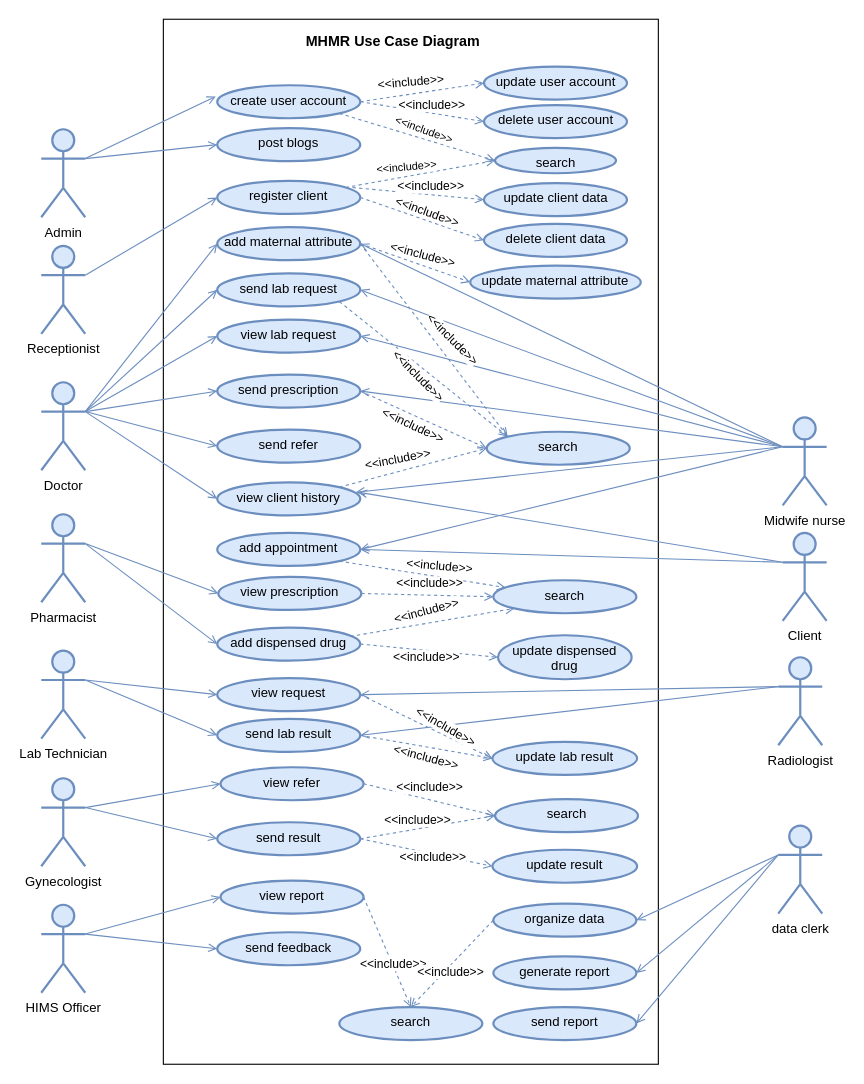
This is Usecase Diagram.drawio from fasil712/UML_Diagram_Design, a draw.io file, before an edit. Source tidied: cells renumbered, new cells numbered last; positions are measured from the earlier drawing's top-left corner, leaving out a move shared by most shapes. Both pictures are drawn from the tidied source at 110%, with x=0, y=0 at pixel (41, 19).
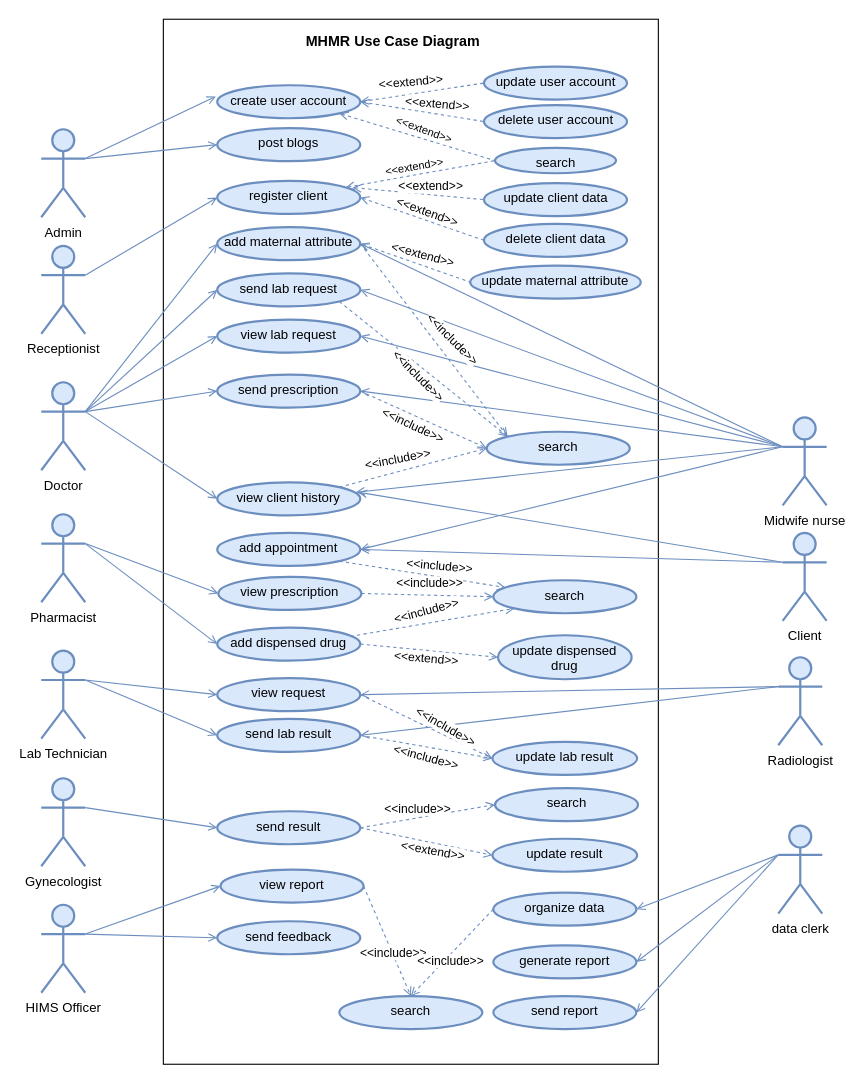
After the change.

Unchanged cells that the change refers to:
```xml
<mxCell id="5" value="update user account" style="ellipse;whiteSpace=wrap;html=1;verticalAlign=top;strokeWidth=2;fillColor=#dae8fc;strokeColor=#6c8ebf;" parent="1" vertex="1">
  <mxGeometry x="402.5" y="43" width="130" height="30" as="geometry" />
</mxCell>
<mxCell id="6" value="delete user account" style="ellipse;whiteSpace=wrap;html=1;verticalAlign=top;strokeWidth=2;fillColor=#dae8fc;strokeColor=#6c8ebf;" parent="1" vertex="1">
  <mxGeometry x="402.5" y="78" width="130" height="30" as="geometry" />
</mxCell>
<mxCell id="15" value="update client data" style="ellipse;whiteSpace=wrap;html=1;verticalAlign=top;strokeWidth=2;fillColor=#dae8fc;strokeColor=#6c8ebf;" parent="1" vertex="1">
  <mxGeometry x="402.5" y="149" width="130" height="30" as="geometry" />
</mxCell>
<mxCell id="16" value="delete client data" style="ellipse;whiteSpace=wrap;html=1;verticalAlign=top;strokeWidth=2;fillColor=#dae8fc;strokeColor=#6c8ebf;" parent="1" vertex="1">
  <mxGeometry x="402.5" y="186" width="130" height="30" as="geometry" />
</mxCell>
<mxCell id="21" value="Doctor" style="shape=umlActor;verticalLabelPosition=bottom;verticalAlign=top;html=1;outlineConnect=0;strokeWidth=2;fillColor=#dae8fc;strokeColor=#6c8ebf;" parent="1" vertex="1">
  <mxGeometry y="330" width="40" height="80" as="geometry" />
</mxCell>
<mxCell id="23" value="update maternal attribute" style="ellipse;whiteSpace=wrap;html=1;verticalAlign=top;strokeWidth=2;fillColor=#dae8fc;strokeColor=#6c8ebf;" parent="1" vertex="1">
  <mxGeometry x="390" y="224" width="155" height="30" as="geometry" />
</mxCell>
<mxCell id="43" style="rounded=0;jettySize=auto;html=1;endArrow=open;endFill=0;strokeWidth=1;fillColor=#dae8fc;strokeColor=#6c8ebf;exitX=1;exitY=0.5;exitDx=0;exitDy=0;dashed=1;entryX=0;entryY=0.5;entryDx=0;entryDy=0;" parent="1" edge="1" source="82" target="42">
  <mxGeometry relative="1" as="geometry" />
</mxCell>
<mxCell id="61" value="Gynecologist " style="shape=umlActor;verticalLabelPosition=bottom;verticalAlign=top;html=1;outlineConnect=0;strokeWidth=2;fillColor=#dae8fc;strokeColor=#6c8ebf;" parent="1" vertex="1">
  <mxGeometry y="690" width="40" height="80" as="geometry" />
</mxCell>
<mxCell id="63" style="rounded=0;jettySize=auto;html=1;endArrow=open;endFill=0;strokeWidth=1;fillColor=#dae8fc;strokeColor=#6c8ebf;exitX=1;exitY=0.5;exitDx=0;exitDy=0;dashed=1;entryX=0;entryY=0.5;entryDx=0;entryDy=0;" parent="1" edge="1" source="86" target="62">
  <mxGeometry relative="1" as="geometry" />
</mxCell>
<mxCell id="71" value="create user account" style="ellipse;whiteSpace=wrap;html=1;verticalAlign=top;strokeWidth=2;fillColor=#dae8fc;strokeColor=#6c8ebf;" parent="1" vertex="1">
  <mxGeometry x="160" y="60" width="130" height="30" as="geometry" />
</mxCell>
<mxCell id="73" value="register client" style="ellipse;whiteSpace=wrap;html=1;verticalAlign=top;strokeWidth=2;fillColor=#dae8fc;strokeColor=#6c8ebf;" parent="1" vertex="1">
  <mxGeometry x="160" y="147" width="130" height="30" as="geometry" />
</mxCell>
<mxCell id="74" value="add maternal attribute" style="ellipse;whiteSpace=wrap;html=1;verticalAlign=top;strokeWidth=2;fillColor=#dae8fc;strokeColor=#6c8ebf;" parent="1" vertex="1">
  <mxGeometry x="160" y="189" width="130" height="30" as="geometry" />
</mxCell>
<mxCell id="94" value="&lt;div&gt;search&lt;/div&gt;" style="ellipse;whiteSpace=wrap;html=1;verticalAlign=top;strokeWidth=2;fillColor=#dae8fc;strokeColor=#6c8ebf;" parent="1" vertex="1">
  <mxGeometry x="412.5" y="117" width="110" height="23" as="geometry" />
</mxCell>
```

The edit, as a diff of the source:
```diff
@@
-    <mxCell id="7" style="rounded=0;jettySize=auto;html=1;endArrow=open;endFill=0;strokeWidth=1;fillColor=#dae8fc;strokeColor=#6c8ebf;exitX=1;exitY=0.5;exitDx=0;exitDy=0;dashed=1;entryX=0;entryY=0.5;entryDx=0;entryDy=0;" parent="1" edge="1" source="71" target="6">
+    <mxCell id="7" style="rounded=0;jettySize=auto;html=1;endArrow=none;endFill=0;strokeWidth=1;fillColor=#dae8fc;strokeColor=#6c8ebf;exitX=1;exitY=0.5;exitDx=0;exitDy=0;dashed=1;entryX=0;entryY=0.5;entryDx=0;entryDy=0;startArrow=open;startFill=0;" parent="1" edge="1" source="71" target="6">
       <mxGeometry relative="1" as="geometry" />
     </mxCell>
-    <mxCell id="8" style="rounded=0;jettySize=auto;html=1;endArrow=open;endFill=0;strokeWidth=1;fillColor=#dae8fc;strokeColor=#6c8ebf;exitX=1;exitY=0.5;exitDx=0;exitDy=0;dashed=1;entryX=0;entryY=0.5;entryDx=0;entryDy=0;" parent="1" edge="1" source="71" target="5">
+    <mxCell id="8" style="rounded=0;jettySize=auto;html=1;endArrow=none;endFill=0;strokeWidth=1;fillColor=#dae8fc;strokeColor=#6c8ebf;exitX=1;exitY=0.5;exitDx=0;exitDy=0;dashed=1;entryX=0;entryY=0.5;entryDx=0;entryDy=0;startArrow=open;startFill=0;" parent="1" edge="1" source="71" target="5">
       <mxGeometry relative="1" as="geometry" />
     </mxCell>
-    <mxCell id="9" value="&amp;lt;&amp;lt;include&amp;gt;&amp;gt;" style="edgeLabel;html=1;align=center;verticalAlign=middle;rotation=-5;" parent="8" vertex="1">
+    <mxCell id="9" value="&amp;lt;&amp;lt;extend&amp;gt;&amp;gt;" style="edgeLabel;html=1;align=center;verticalAlign=middle;rotation=-5;" parent="8" vertex="1">
       <mxGeometry x="-0.24" y="-1" relative="1" as="geometry">
         <mxPoint x="3" y="-13" as="offset" />
       </mxGeometry>
     </mxCell>
-    <mxCell id="10" value="&amp;lt;&amp;lt;include&amp;gt;&amp;gt;" style="edgeLabel;html=1;align=center;verticalAlign=middle;rotation=0;" parent="1" vertex="1">
-      <mxGeometry x="354" y="77.4" as="geometry" />
+    <mxCell id="10" value="&amp;lt;&amp;lt;extend&amp;gt;&amp;gt;" style="edgeLabel;html=1;align=center;verticalAlign=middle;rotation=5;" parent="1" vertex="1">
+      <mxGeometry x="360" y="76.4" as="geometry" />
     </mxCell>
@@
-    <mxCell id="17" style="rounded=0;jettySize=auto;html=1;endArrow=open;endFill=0;strokeWidth=1;fillColor=#dae8fc;strokeColor=#6c8ebf;exitX=1;exitY=0.5;exitDx=0;exitDy=0;dashed=1;entryX=0;entryY=0.5;entryDx=0;entryDy=0;" parent="1" edge="1" source="73" target="16">
+    <mxCell id="17" style="rounded=0;jettySize=auto;html=1;endArrow=none;endFill=0;strokeWidth=1;fillColor=#dae8fc;strokeColor=#6c8ebf;exitX=1;exitY=0.5;exitDx=0;exitDy=0;dashed=1;entryX=0;entryY=0.5;entryDx=0;entryDy=0;startArrow=open;startFill=0;" parent="1" edge="1" source="73" target="16">
       <mxGeometry relative="1" as="geometry" />
     </mxCell>
-    <mxCell id="18" style="rounded=0;jettySize=auto;html=1;endArrow=open;endFill=0;strokeWidth=1;fillColor=#dae8fc;strokeColor=#6c8ebf;exitX=0.946;exitY=0.2;exitDx=0;exitDy=0;dashed=1;entryX=0;entryY=0.5;entryDx=0;entryDy=0;exitPerimeter=0;" parent="1" edge="1" source="73" target="15">
+    <mxCell id="18" style="rounded=0;jettySize=auto;html=1;endArrow=none;endFill=0;strokeWidth=1;fillColor=#dae8fc;strokeColor=#6c8ebf;exitX=0.946;exitY=0.2;exitDx=0;exitDy=0;dashed=1;entryX=0;entryY=0.5;entryDx=0;entryDy=0;exitPerimeter=0;startArrow=open;startFill=0;" parent="1" edge="1" source="73" target="15">
       <mxGeometry relative="1" as="geometry" />
     </mxCell>
-    <mxCell id="19" value="&amp;lt;&amp;lt;include&amp;gt;&amp;gt;" style="edgeLabel;html=1;align=center;verticalAlign=middle;" parent="18" vertex="1">
+    <mxCell id="19" value="&amp;lt;&amp;lt;extend&amp;gt;&amp;gt;" style="edgeLabel;html=1;align=center;verticalAlign=middle;" parent="18" vertex="1">
       <mxGeometry x="-0.24" y="-1" relative="1" as="geometry">
         <mxPoint x="25" y="-7" as="offset" />
       </mxGeometry>
     </mxCell>
@@
-    <mxCell id="24" style="rounded=0;jettySize=auto;html=1;endArrow=open;endFill=0;strokeWidth=1;fillColor=#dae8fc;strokeColor=#6c8ebf;exitX=1;exitY=0.5;exitDx=0;exitDy=0;dashed=1;entryX=0;entryY=0.5;entryDx=0;entryDy=0;" parent="1" edge="1" source="74" target="23">
+    <mxCell id="24" style="rounded=0;jettySize=auto;html=1;endArrow=none;endFill=0;strokeWidth=1;fillColor=#dae8fc;strokeColor=#6c8ebf;exitX=1;exitY=0.5;exitDx=0;exitDy=0;dashed=1;entryX=0;entryY=0.5;entryDx=0;entryDy=0;startArrow=open;startFill=0;" parent="1" edge="1" source="74" target="23">
       <mxGeometry relative="1" as="geometry" />
     </mxCell>
-    <mxCell id="25" value="&amp;lt;&amp;lt;include&amp;gt;&amp;gt;" style="edgeLabel;html=1;align=center;verticalAlign=middle;rotation=15;" parent="24" vertex="1">
+    <mxCell id="25" value="&lt;div&gt;&amp;lt;&amp;lt;extend&amp;gt;&amp;gt;&lt;/div&gt;" style="edgeLabel;html=1;align=center;verticalAlign=middle;rotation=15;" parent="24" vertex="1">
       <mxGeometry x="-0.24" y="-1" relative="1" as="geometry">
         <mxPoint x="19" y="-5" as="offset" />
       </mxGeometry>
     </mxCell>
@@
-    <mxCell id="28" style="rounded=0;jettySize=auto;html=1;endArrow=open;endFill=0;strokeWidth=1;fillColor=#dae8fc;strokeColor=#6c8ebf;exitX=1;exitY=0.3333333333333333;exitDx=0;exitDy=0;exitPerimeter=0;entryX=0;entryY=0.5;entryDx=0;entryDy=0;" parent="1" edge="1" source="21" target="78">
-      <mxGeometry relative="1" as="geometry" />
-    </mxCell>
@@
-    <mxCell id="44" value="&amp;lt;&amp;lt;include&amp;gt;&amp;gt;" style="edgeLabel;html=1;align=center;verticalAlign=middle;" parent="43" vertex="1">
+    <mxCell id="44" value="&amp;lt;&amp;lt;extend&amp;gt;&amp;gt;" style="edgeLabel;html=1;align=center;verticalAlign=middle;rotation=5;" parent="43" vertex="1">
       <mxGeometry x="-0.24" y="-1" relative="1" as="geometry">
-        <mxPoint x="12" y="6" as="offset" />
+        <mxPoint x="12" y="7" as="offset" />
       </mxGeometry>
     </mxCell>
@@
-    <mxCell id="47" style="rounded=0;jettySize=auto;html=1;endArrow=open;endFill=0;strokeWidth=1;fillColor=#dae8fc;strokeColor=#6c8ebf;entryX=0;entryY=0.5;entryDx=0;entryDy=0;exitX=1;exitY=0.3333333333333333;exitDx=0;exitDy=0;exitPerimeter=0;" parent="1" edge="1" source="61" target="85">
-      <mxGeometry relative="1" as="geometry" />
-    </mxCell>
@@
     <mxCell id="52" value="generate report" style="ellipse;whiteSpace=wrap;html=1;verticalAlign=top;strokeWidth=2;fillColor=#dae8fc;strokeColor=#6c8ebf;" parent="1" vertex="1">
-      <mxGeometry x="411" y="852" width="130" height="30" as="geometry" />
+      <mxGeometry x="411" y="842" width="130" height="30" as="geometry" />
     </mxCell>
@@
     <mxCell id="62" value="update result" style="ellipse;whiteSpace=wrap;html=1;verticalAlign=top;strokeWidth=2;fillColor=#dae8fc;strokeColor=#6c8ebf;" parent="1" vertex="1">
-      <mxGeometry x="410.2" y="755" width="131.5" height="30" as="geometry" />
+      <mxGeometry x="410.2" y="745" width="131.5" height="30" as="geometry" />
     </mxCell>
@@
-    <mxCell id="64" value="&amp;lt;&amp;lt;include&amp;gt;&amp;gt;" style="edgeLabel;html=1;align=center;verticalAlign=middle;" parent="63" vertex="1">
+    <mxCell id="64" value="&amp;lt;&amp;lt;extend&amp;gt;&amp;gt;" style="edgeLabel;html=1;align=center;verticalAlign=middle;rotation=10;" parent="63" vertex="1">
       <mxGeometry x="-0.24" y="-1" relative="1" as="geometry">
-        <mxPoint x="20" y="6" as="offset" />
+        <mxPoint x="20" y="10" as="offset" />
       </mxGeometry>
     </mxCell>
     <mxCell id="65" value="send report" style="ellipse;whiteSpace=wrap;html=1;verticalAlign=top;strokeWidth=2;fillColor=#dae8fc;strokeColor=#6c8ebf;" parent="1" vertex="1">
-      <mxGeometry x="411" y="898" width="130" height="30" as="geometry" />
+      <mxGeometry x="411" y="888" width="130" height="30" as="geometry" />
     </mxCell>
@@
-    <mxCell id="78" value="send refer" style="ellipse;whiteSpace=wrap;html=1;verticalAlign=top;strokeWidth=2;fillColor=#dae8fc;strokeColor=#6c8ebf;" parent="1" vertex="1">
-      <mxGeometry x="160" y="373" width="130" height="30" as="geometry" />
-    </mxCell>
@@
-    <mxCell id="85" value="view refer" style="ellipse;whiteSpace=wrap;html=1;verticalAlign=top;strokeWidth=2;fillColor=#dae8fc;strokeColor=#6c8ebf;" parent="1" vertex="1">
-      <mxGeometry x="163" y="680" width="130" height="30" as="geometry" />
-    </mxCell>
     <mxCell id="86" value="send result" style="ellipse;whiteSpace=wrap;html=1;verticalAlign=top;strokeWidth=2;fillColor=#dae8fc;strokeColor=#6c8ebf;" parent="1" vertex="1">
-      <mxGeometry x="160" y="730" width="130" height="30" as="geometry" />
+      <mxGeometry x="160" y="720" width="130" height="30" as="geometry" />
     </mxCell>
     <mxCell id="87" value="view report" style="ellipse;whiteSpace=wrap;html=1;verticalAlign=top;strokeWidth=2;fillColor=#dae8fc;strokeColor=#6c8ebf;" parent="1" vertex="1">
-      <mxGeometry x="163" y="783" width="130" height="30" as="geometry" />
+      <mxGeometry x="163" y="773" width="130" height="30" as="geometry" />
     </mxCell>
     <mxCell id="88" value="send feedback" style="ellipse;whiteSpace=wrap;html=1;verticalAlign=top;strokeWidth=2;fillColor=#dae8fc;strokeColor=#6c8ebf;" parent="1" vertex="1">
-      <mxGeometry x="160" y="830" width="130" height="30" as="geometry" />
+      <mxGeometry x="160" y="820" width="130" height="30" as="geometry" />
     </mxCell>
-    <mxCell id="89" value="&amp;lt;&amp;lt;include&amp;gt;&amp;gt;" style="edgeLabel;html=1;align=center;verticalAlign=middle;rotation=20;" parent="1" vertex="1">
+    <mxCell id="89" value="&amp;lt;&amp;lt;extend&amp;gt;&amp;gt;" style="edgeLabel;html=1;align=center;verticalAlign=middle;rotation=20;" parent="1" vertex="1">
       <mxGeometry x="350.4" y="174.2" as="geometry" />
     </mxCell>
@@
     <mxCell id="91" value="search" style="ellipse;whiteSpace=wrap;html=1;verticalAlign=top;strokeWidth=2;fillColor=#dae8fc;strokeColor=#6c8ebf;" parent="1" vertex="1">
-      <mxGeometry x="271" y="898" width="130" height="30" as="geometry" />
+      <mxGeometry x="271" y="888" width="130" height="30" as="geometry" />
     </mxCell>
     <mxCell id="92" value="organize data" style="ellipse;whiteSpace=wrap;html=1;verticalAlign=top;strokeWidth=2;fillColor=#dae8fc;strokeColor=#6c8ebf;" parent="1" vertex="1">
-      <mxGeometry x="411" y="804" width="130" height="30" as="geometry" />
+      <mxGeometry x="411" y="794" width="130" height="30" as="geometry" />
     </mxCell>
@@
-    <mxCell id="95" style="rounded=0;jettySize=auto;html=1;endArrow=open;endFill=0;strokeWidth=1;fillColor=#dae8fc;strokeColor=#6c8ebf;exitX=1;exitY=1;exitDx=0;exitDy=0;dashed=1;entryX=0;entryY=0.5;entryDx=0;entryDy=0;" parent="1" edge="1" source="71" target="94">
+    <mxCell id="95" style="rounded=0;jettySize=auto;html=1;endArrow=none;endFill=0;strokeWidth=1;fillColor=#dae8fc;strokeColor=#6c8ebf;exitX=1;exitY=1;exitDx=0;exitDy=0;dashed=1;entryX=0;entryY=0.5;entryDx=0;entryDy=0;startArrow=open;startFill=0;" parent="1" edge="1" source="71" target="94">
       <mxGeometry relative="1" as="geometry" />
     </mxCell>
-    <mxCell id="96" value="&amp;lt;&amp;lt;include&amp;gt;&amp;gt;" style="edgeLabel;html=1;align=center;verticalAlign=middle;fontSize=10;rotation=20;" parent="95" vertex="1">
+    <mxCell id="96" value="&amp;lt;&amp;lt;extend&amp;gt;&amp;gt;" style="edgeLabel;html=1;align=center;verticalAlign=middle;fontSize=10;rotation=20;" parent="95" vertex="1">
       <mxGeometry x="-0.24" y="-1" relative="1" as="geometry">
         <mxPoint x="23" y="-3" as="offset" />
       </mxGeometry>
     </mxCell>
-    <mxCell id="97" style="rounded=0;jettySize=auto;html=1;endArrow=open;endFill=0;strokeWidth=1;fillColor=#dae8fc;strokeColor=#6c8ebf;dashed=1;entryX=0;entryY=0.5;entryDx=0;entryDy=0;" parent="1" edge="1" source="73" target="94">
+    <mxCell id="97" style="rounded=0;jettySize=auto;html=1;endArrow=none;endFill=0;strokeWidth=1;fillColor=#dae8fc;strokeColor=#6c8ebf;dashed=1;entryX=0;entryY=0.5;entryDx=0;entryDy=0;startArrow=open;startFill=0;" parent="1" edge="1" source="73" target="94">
       <mxGeometry relative="1" as="geometry" />
     </mxCell>
-    <mxCell id="98" value="&amp;lt;&amp;lt;include&amp;gt;&amp;gt;" style="edgeLabel;html=1;align=center;verticalAlign=middle;fontSize=10;rotation=-5;" parent="97" vertex="1">
+    <mxCell id="98" value="&amp;lt;&amp;lt;extend&amp;gt;&amp;gt;" style="edgeLabel;html=1;align=center;verticalAlign=middle;fontSize=10;rotation=-10;" parent="97" vertex="1">
       <mxGeometry x="-0.24" y="-1" relative="1" as="geometry">
-        <mxPoint x="3" y="-11" as="offset" />
+        <mxPoint x="10" y="-11" as="offset" />
       </mxGeometry>
     </mxCell>
@@
     <mxCell id="116" value="search" style="ellipse;whiteSpace=wrap;html=1;verticalAlign=top;strokeWidth=2;fillColor=#dae8fc;strokeColor=#6c8ebf;" parent="1" vertex="1">
-      <mxGeometry x="412.5" y="709" width="130" height="30" as="geometry" />
+      <mxGeometry x="412.5" y="699" width="130" height="30" as="geometry" />
     </mxCell>
-    <mxCell id="117" style="rounded=0;jettySize=auto;html=1;endArrow=open;endFill=0;strokeWidth=1;fillColor=#dae8fc;strokeColor=#6c8ebf;exitX=1;exitY=0.5;exitDx=0;exitDy=0;dashed=1;entryX=0;entryY=0.5;entryDx=0;entryDy=0;" parent="1" edge="1" source="85" target="116">
-      <mxGeometry relative="1" as="geometry" />
-    </mxCell>
-    <mxCell id="118" value="&amp;lt;&amp;lt;include&amp;gt;&amp;gt;" style="edgeLabel;html=1;align=center;verticalAlign=middle;" parent="117" vertex="1">
-      <mxGeometry x="-0.24" y="-1" relative="1" as="geometry">
-        <mxPoint x="14" y="-10" as="offset" />
-      </mxGeometry>
-    </mxCell>
```
